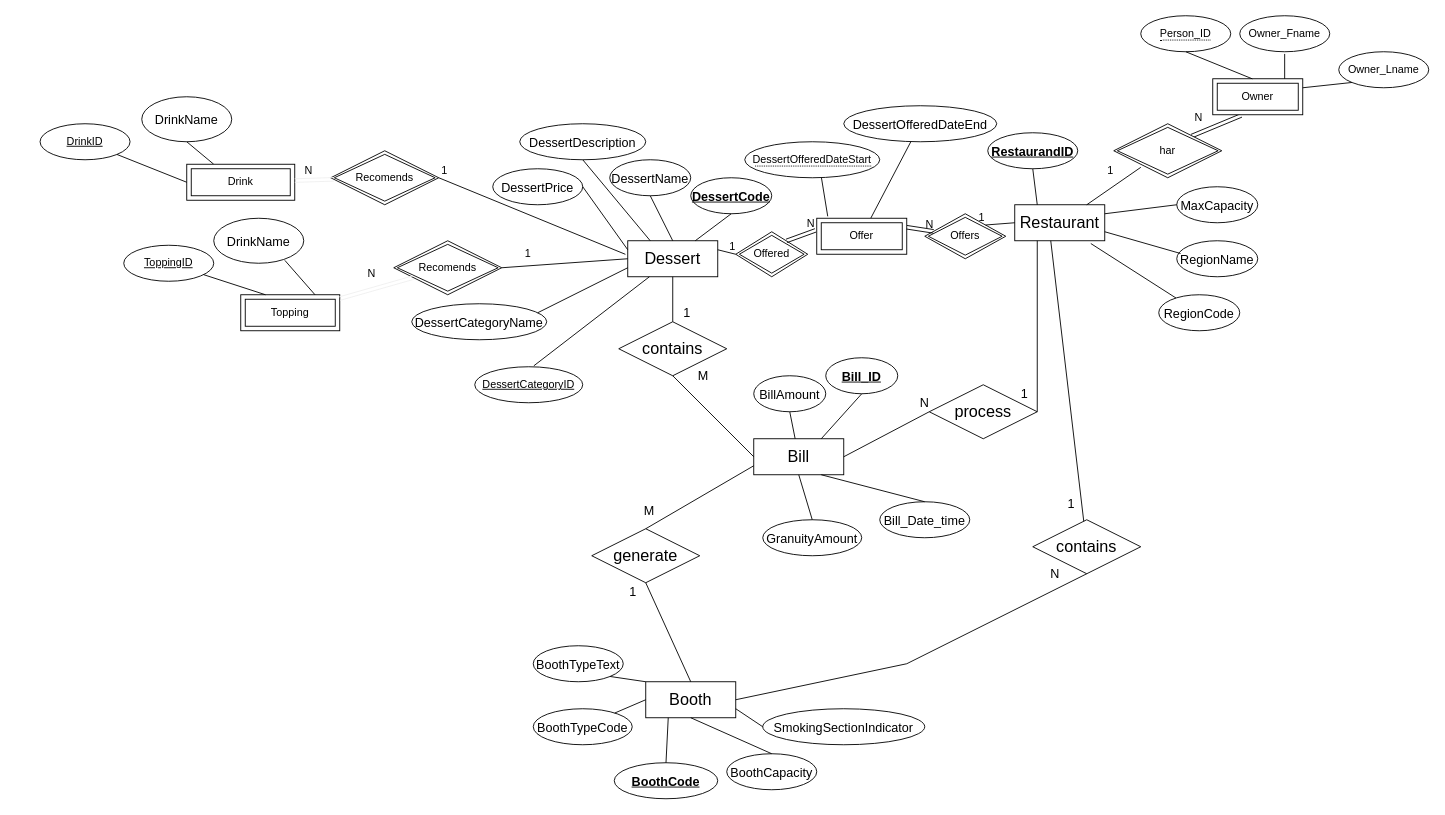
Earlier version of the draw.io diagram Labb3/N1/Dessert_DiagramN1.drawio (PyroG8r/Databaser-DT139G). Source tidied: cells renumbered, new cells numbered last; positions are measured from the earlier drawing's top-left corner, leaving out a move shared by most shapes. Both pictures are drawn from the tidied source at 90%, with x=0, y=0 at pixel (40, 15).
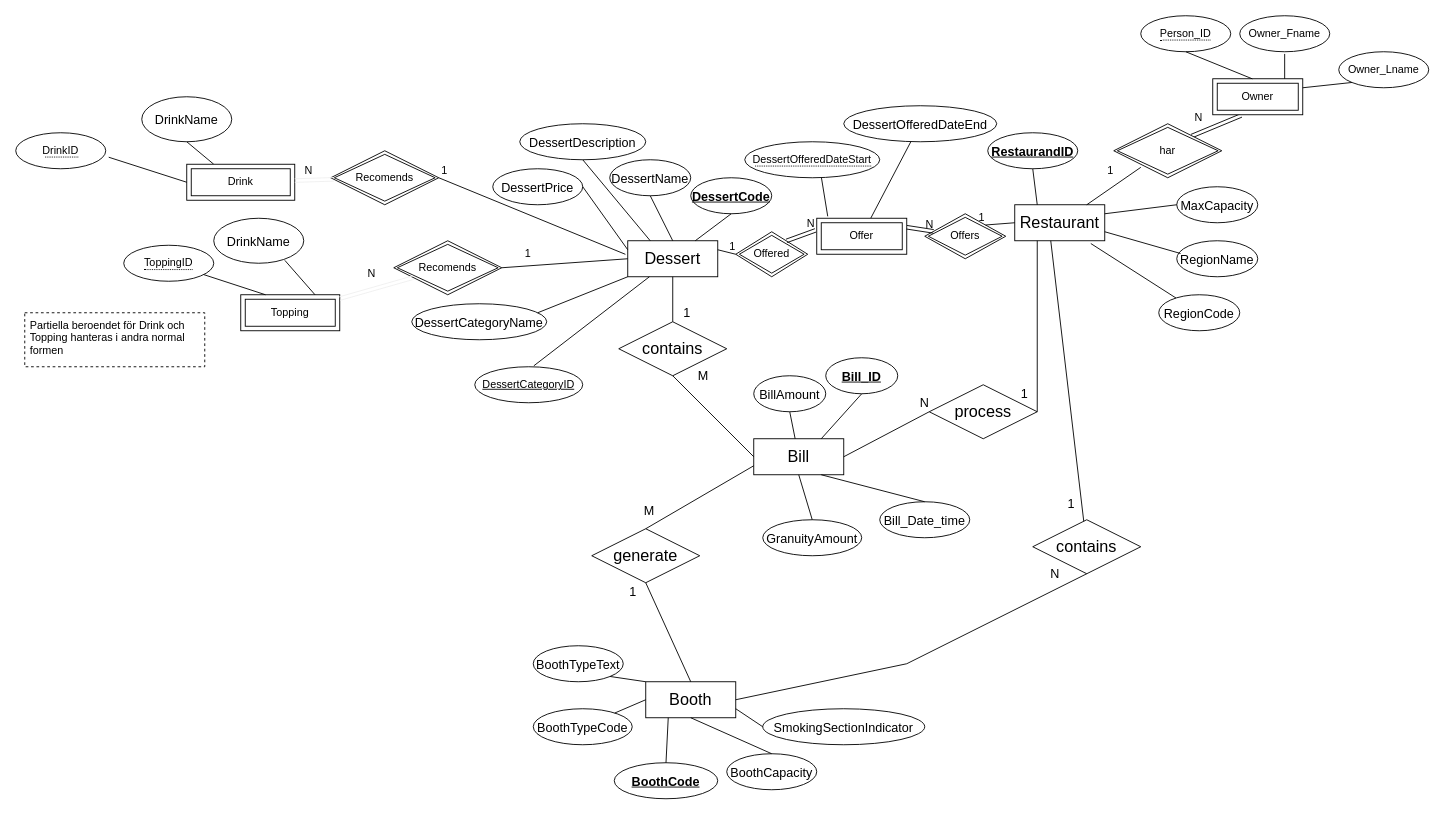
After the change.

The change refers to these unchanged cells:
```xml
<mxCell id="5" value="&lt;font style=&quot;font-size: 18px&quot;&gt;Dessert&lt;/font&gt;" style="whiteSpace=wrap;html=1;align=center;" parent="1" vertex="1">
  <mxGeometry x="653" y="250" width="100" height="40" as="geometry" />
</mxCell>
<mxCell id="24" value="&lt;font style=&quot;font-size: 14px&quot;&gt;DessertCategoryName&lt;/font&gt;" style="ellipse;whiteSpace=wrap;html=1;align=center;fontSize=18;" parent="1" vertex="1">
  <mxGeometry x="413" y="320" width="150" height="40" as="geometry" />
</mxCell>
<mxCell id="87" value="Topping" style="shape=ext;margin=3;double=1;whiteSpace=wrap;html=1;align=center;" parent="1" vertex="1">
  <mxGeometry x="223" y="310" width="110" height="40" as="geometry" />
</mxCell>
<mxCell id="94" value="Drink" style="shape=ext;margin=3;double=1;whiteSpace=wrap;html=1;align=center;" parent="1" vertex="1">
  <mxGeometry x="163" y="165" width="120" height="40" as="geometry" />
</mxCell>
```

Change to the diagram source:
```diff
@@
-    <mxCell id="28" style="endArrow=none;html=1;rounded=0;fontSize=18;exitX=0;exitY=0.75;exitDx=0;exitDy=0;entryX=0.933;entryY=0.25;entryDx=0;entryDy=0;entryPerimeter=0;" parent="1" edge="1" source="5" target="24">
+    <mxCell id="28" style="endArrow=none;html=1;rounded=0;fontSize=18;exitX=0;exitY=1;exitDx=0;exitDy=0;entryX=0.933;entryY=0.25;entryDx=0;entryDy=0;entryPerimeter=0;" parent="1" edge="1" source="5" target="24">
       <mxGeometry relative="1" as="geometry" />
     </mxCell>
@@
-    <mxCell id="86" value="ToppingID" style="ellipse;whiteSpace=wrap;html=1;align=center;fontStyle=4;" parent="1" vertex="1">
-      <mxGeometry x="93" y="255" width="100" height="40" as="geometry" />
-    </mxCell>
@@
-    <mxCell id="89" style="endArrow=none;html=1;rounded=0;entryX=0.25;entryY=0;entryDx=0;entryDy=0;" parent="1" edge="1" source="86" target="87">
-      <mxGeometry relative="1" as="geometry" />
+    <mxCell id="89" style="endArrow=none;html=1;rounded=0;entryX=0.25;entryY=0;entryDx=0;entryDy=0;" parent="1" edge="1" target="87">
+      <mxGeometry relative="1" as="geometry">
+        <mxPoint x="181.8" y="287.6" as="sourcePoint" />
+      </mxGeometry>
     </mxCell>
@@
-    <mxCell id="93" value="DrinkID" style="ellipse;whiteSpace=wrap;html=1;align=center;fontStyle=4;" parent="1" vertex="1">
-      <mxGeometry y="120" width="100" height="40" as="geometry" />
-    </mxCell>
@@
-    <mxCell id="96" style="endArrow=none;html=1;rounded=0;entryX=0;entryY=0.5;entryDx=0;entryDy=0;" parent="1" edge="1" source="93" target="94">
+    <mxCell id="96" style="endArrow=none;html=1;rounded=0;entryX=0;entryY=0.5;entryDx=0;entryDy=0;exitX=1.033;exitY=0.68;exitDx=0;exitDy=0;exitPerimeter=0;" parent="1" edge="1" source="93" target="94">
       <mxGeometry relative="1" as="geometry" />
     </mxCell>
@@
+    <mxCell id="93" value="&lt;span style=&quot;border-bottom: 1px dotted&quot;&gt;DrinkID&lt;/span&gt;" style="ellipse;whiteSpace=wrap;html=1;align=center;" parent="1" vertex="1">
+      <mxGeometry x="-27" y="130" width="100" height="40" as="geometry" />
+    </mxCell>
+    <mxCell id="86" value="&lt;span style=&quot;border-bottom: 1px dotted&quot;&gt;ToppingID&lt;/span&gt;" style="ellipse;whiteSpace=wrap;html=1;align=center;" parent="1" vertex="1">
+      <mxGeometry x="93" y="255" width="100" height="40" as="geometry" />
+    </mxCell>
+    <mxCell id="111" value="Partiella beroendet för Drink och&#10;Topping hanteras i andra normal&#10;formen" style="text;strokeColor=default;fillColor=none;spacingLeft=4;spacingRight=4;overflow=hidden;fontSize=12;dashed=1;" parent="1" vertex="1">
+      <mxGeometry x="-17" y="330" width="200" height="60" as="geometry" />
+    </mxCell>
```
